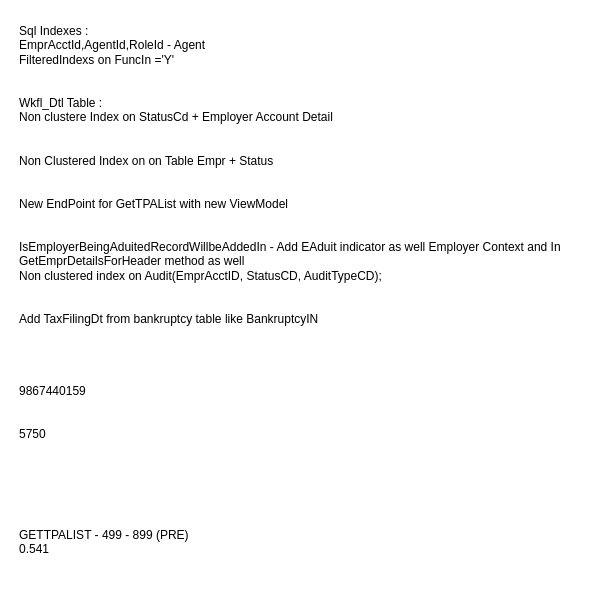
Before: page "Copy of FieldAudit" (4 of 4) of .github/DailyDiagram.drawio in silnshadow/angular-clipboard-auto, a draw.io diagram. Source tidied: cells renumbered, new cells numbered last; positions are measured from the earlier drawing's top-left corner, leaving out a move shared by most shapes. Both pictures are drawn from the tidied source at 100%, with x=0, y=0 at pixel (17, 17).
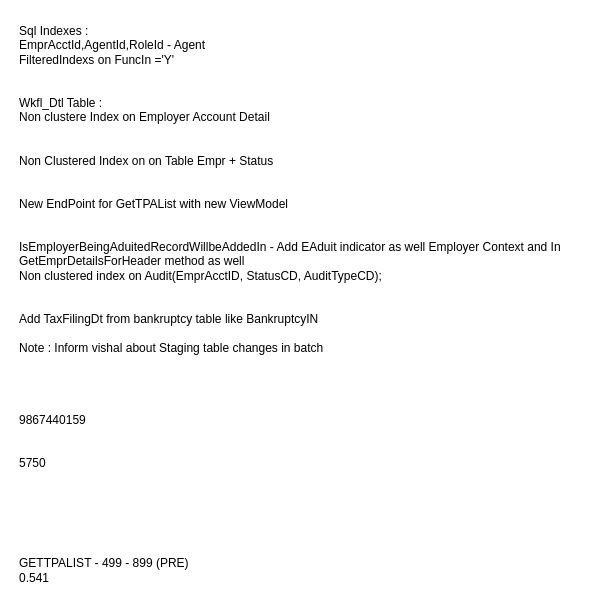
Above is the later version.

The edit, as a diff of the source:
```diff
@@
 <mxGraphModel>
   <root>
     <mxCell id="0" />
     <mxCell id="1" parent="0" />
-    <mxCell id="2" value="Sql Indexes :&#10;EmprAcctId,AgentId,RoleId - Agent&#10;FilteredIndexs on FuncIn ='Y'&#10;&#10;&#10;Wkfl_Dtl Table :&#10;Non clustere Index on StatusCd + Employer Account Detail&#10;&#10;&#10;Non Clustered Index on on Table Empr + Status&#10;&#10;&#10;New EndPoint for GetTPAList with new ViewModel&#10;&#10;&#10;IsEmployerBeingAduitedRecordWillbeAddedIn - Add EAduit indicator as well Employer Context and In GetEmprDetailsForHeader method as well&#10;Non clustered index on Audit(EmprAcctID, StatusCD, AuditTypeCD);&#10;&#10;&#10;Add TaxFilingDt from bankruptcy table like BankruptcyIN&#10;&#10;&#10;&#10;&#10;9867440159&#10;&#10;&#10;5750 &#10;&#10;&#10;&#10;&#10;&#10;&#10;GETTPALIST - 499 - 899 (PRE)&#10;0.541" style="text;whiteSpace=wrap;" parent="1" vertex="1">
+    <mxCell id="2" value="Sql Indexes :&#10;EmprAcctId,AgentId,RoleId - Agent&#10;FilteredIndexs on FuncIn ='Y'&#10;&#10;&#10;Wkfl_Dtl Table :&#10;Non clustere Index on Employer Account Detail&#10;&#10;&#10;Non Clustered Index on on Table Empr + Status&#10;&#10;&#10;New EndPoint for GetTPAList with new ViewModel&#10;&#10;&#10;IsEmployerBeingAduitedRecordWillbeAddedIn - Add EAduit indicator as well Employer Context and In GetEmprDetailsForHeader method as well&#10;Non clustered index on Audit(EmprAcctID, StatusCD, AuditTypeCD);&#10;&#10;&#10;Add TaxFilingDt from bankruptcy table like BankruptcyIN&#10;&#10;Note : Inform vishal about Staging table changes in batch&#10;&#10;&#10;&#10;&#10;9867440159&#10;&#10;&#10;5750 &#10;&#10;&#10;&#10;&#10;&#10;&#10;GETTPALIST - 499 - 899 (PRE)&#10;0.541" style="text;whiteSpace=wrap;" parent="1" vertex="1">
       <mxGeometry width="560" height="560" as="geometry" />
     </mxCell>
   </root>
 </mxGraphModel>
```
